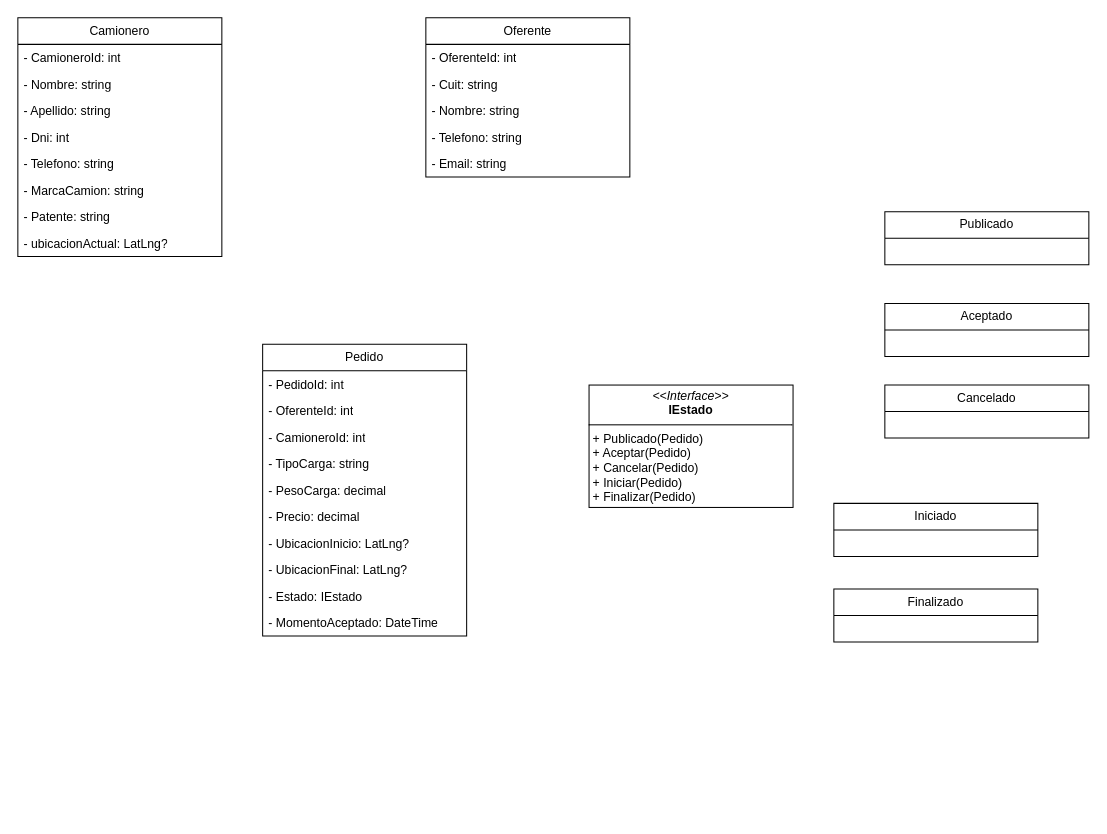
Above: CargaGO.drawio in Francisco-Galea/Diagramas-y-Otros (draw.io), before the change. Source tidied: cells renumbered, new cells numbered last; positions are measured from the earlier drawing's top-left corner, leaving out a move shared by most shapes. Both pictures are drawn from the tidied source at 102%, with x=0, y=0 at pixel (17, 17).
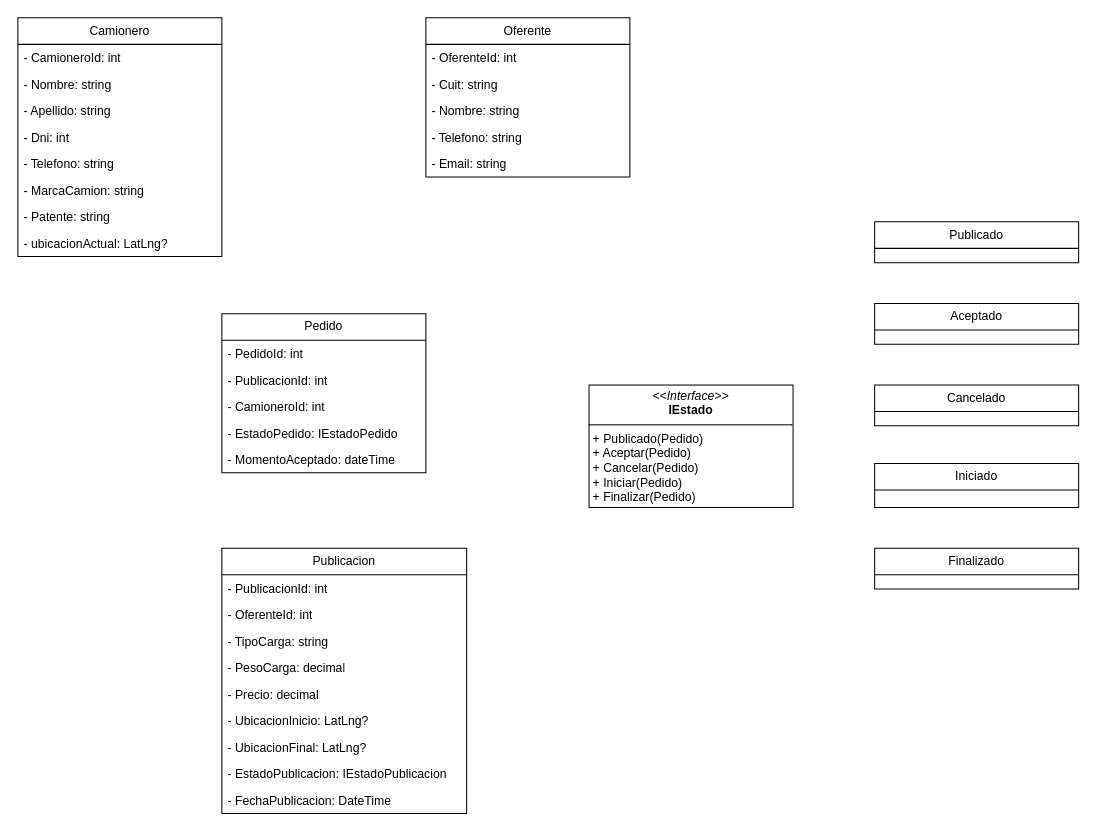
The same page after the edit.

Diff of the diagram source:
```diff
@@
-    <mxCell id="17" value="Pedido" style="swimlane;fontStyle=0;horizontal=1;startSize=26;fillColor=none;whiteSpace=wrap;html=1;" parent="1" vertex="1">
-      <mxGeometry x="240" y="320" width="200" height="286" as="geometry" />
+    <mxCell id="17" value="Publicacion" style="swimlane;fontStyle=0;horizontal=1;startSize=26;fillColor=none;whiteSpace=wrap;html=1;" parent="1" vertex="1">
+      <mxGeometry x="200" y="520" width="240" height="260" as="geometry" />
     </mxCell>
-    <mxCell id="18" value="- PedidoId: int" style="text;strokeColor=none;fillColor=none;align=left;verticalAlign=top;spacingLeft=4;spacingRight=4;overflow=hidden;whiteSpace=wrap;html=1;" parent="17" vertex="1">
-      <mxGeometry y="26" width="200" height="26" as="geometry" />
+    <mxCell id="18" value="- PublicacionId: int" style="text;strokeColor=none;fillColor=none;align=left;verticalAlign=top;spacingLeft=4;spacingRight=4;overflow=hidden;whiteSpace=wrap;html=1;" parent="17" vertex="1">
+      <mxGeometry y="26" width="240" height="26" as="geometry" />
     </mxCell>
     <mxCell id="19" value="- OferenteId: int" style="text;strokeColor=none;fillColor=none;align=left;verticalAlign=top;spacingLeft=4;spacingRight=4;overflow=hidden;whiteSpace=wrap;html=1;" parent="17" vertex="1">
-      <mxGeometry y="52" width="200" height="26" as="geometry" />
+      <mxGeometry y="52" width="240" height="26" as="geometry" />
     </mxCell>
-    <mxCell id="20" value="- CamioneroId: int" style="text;strokeColor=none;fillColor=none;align=left;verticalAlign=top;spacingLeft=4;spacingRight=4;overflow=hidden;whiteSpace=wrap;html=1;" parent="17" vertex="1">
-      <mxGeometry y="78" width="200" height="26" as="geometry" />
-    </mxCell>
     <mxCell id="21" value="- TipoCarga: string" style="text;strokeColor=none;fillColor=none;align=left;verticalAlign=top;spacingLeft=4;spacingRight=4;overflow=hidden;whiteSpace=wrap;html=1;" parent="17" vertex="1">
-      <mxGeometry y="104" width="200" height="26" as="geometry" />
+      <mxGeometry y="78" width="240" height="26" as="geometry" />
     </mxCell>
     <mxCell id="22" value="- PesoCarga: decimal" style="text;strokeColor=none;fillColor=none;align=left;verticalAlign=top;spacingLeft=4;spacingRight=4;overflow=hidden;whiteSpace=wrap;html=1;" parent="17" vertex="1">
-      <mxGeometry y="130" width="200" height="26" as="geometry" />
+      <mxGeometry y="104" width="240" height="26" as="geometry" />
     </mxCell>
     <mxCell id="23" value="- Precio: decimal" style="text;strokeColor=none;fillColor=none;align=left;verticalAlign=top;spacingLeft=4;spacingRight=4;overflow=hidden;whiteSpace=wrap;html=1;" parent="17" vertex="1">
-      <mxGeometry y="156" width="200" height="26" as="geometry" />
+      <mxGeometry y="130" width="240" height="26" as="geometry" />
     </mxCell>
     <mxCell id="24" value="- UbicacionInicio: LatLng?" style="text;strokeColor=none;fillColor=none;align=left;verticalAlign=top;spacingLeft=4;spacingRight=4;overflow=hidden;whiteSpace=wrap;html=1;" parent="17" vertex="1">
-      <mxGeometry y="182" width="200" height="26" as="geometry" />
+      <mxGeometry y="156" width="240" height="26" as="geometry" />
     </mxCell>
     <mxCell id="25" value="- UbicacionFinal: LatLng?" style="text;strokeColor=none;fillColor=none;align=left;verticalAlign=top;spacingLeft=4;spacingRight=4;overflow=hidden;whiteSpace=wrap;html=1;" parent="17" vertex="1">
-      <mxGeometry y="208" width="200" height="26" as="geometry" />
+      <mxGeometry y="182" width="240" height="26" as="geometry" />
     </mxCell>
-    <mxCell id="26" value="- Estado: IEstado" style="text;strokeColor=none;fillColor=none;align=left;verticalAlign=top;spacingLeft=4;spacingRight=4;overflow=hidden;whiteSpace=wrap;html=1;" parent="17" vertex="1">
-      <mxGeometry y="234" width="200" height="26" as="geometry" />
+    <mxCell id="26" value="- EstadoPublicacion: IEstadoPublicacion" style="text;strokeColor=none;fillColor=none;align=left;verticalAlign=top;spacingLeft=4;spacingRight=4;overflow=hidden;whiteSpace=wrap;html=1;" parent="17" vertex="1">
+      <mxGeometry y="208" width="240" height="26" as="geometry" />
     </mxCell>
-    <mxCell id="27" value="- MomentoAceptado: DateTime" style="text;strokeColor=none;fillColor=none;align=left;verticalAlign=top;spacingLeft=4;spacingRight=4;overflow=hidden;whiteSpace=wrap;html=1;" parent="17" vertex="1">
-      <mxGeometry y="260" width="200" height="26" as="geometry" />
+    <mxCell id="27" value="- FechaPublicacion: DateTime" style="text;strokeColor=none;fillColor=none;align=left;verticalAlign=top;spacingLeft=4;spacingRight=4;overflow=hidden;whiteSpace=wrap;html=1;" parent="17" vertex="1">
+      <mxGeometry y="234" width="240" height="26" as="geometry" />
     </mxCell>
@@
     <mxCell id="29" value="Publicado" style="swimlane;fontStyle=0;horizontal=1;startSize=26;fillColor=none;whiteSpace=wrap;html=1;" parent="1" vertex="1">
-      <mxGeometry x="850" y="190" width="200" height="52" as="geometry" />
+      <mxGeometry x="840" y="200" width="200" height="40" as="geometry" />
     </mxCell>
     <mxCell id="30" value="Aceptado" style="swimlane;fontStyle=0;horizontal=1;startSize=26;fillColor=none;whiteSpace=wrap;html=1;" parent="1" vertex="1">
-      <mxGeometry x="850" y="280" width="200" height="52" as="geometry" />
+      <mxGeometry x="840" y="280" width="200" height="40" as="geometry" />
     </mxCell>
     <mxCell id="31" value="Cancelado" style="swimlane;fontStyle=0;horizontal=1;startSize=26;fillColor=none;whiteSpace=wrap;html=1;" parent="1" vertex="1">
-      <mxGeometry x="850" y="360" width="200" height="52" as="geometry" />
+      <mxGeometry x="840" y="360" width="200" height="40" as="geometry" />
     </mxCell>
     <mxCell id="32" value="Iniciado" style="swimlane;fontStyle=0;horizontal=1;startSize=26;fillColor=none;whiteSpace=wrap;html=1;" parent="1" vertex="1">
-      <mxGeometry x="800" y="476" width="200" height="52" as="geometry" />
+      <mxGeometry x="840" y="437" width="200" height="43" as="geometry" />
     </mxCell>
     <mxCell id="33" value="Finalizado" style="swimlane;fontStyle=0;horizontal=1;startSize=26;fillColor=none;whiteSpace=wrap;html=1;" parent="1" vertex="1">
-      <mxGeometry x="800" y="560" width="200" height="52" as="geometry" />
+      <mxGeometry x="840" y="520" width="200" height="40" as="geometry" />
     </mxCell>
+    <mxCell id="34" value="Pedido" style="swimlane;fontStyle=0;horizontal=1;startSize=26;fillColor=none;whiteSpace=wrap;html=1;" parent="1" vertex="1">
+      <mxGeometry x="200" y="290" width="200" height="156" as="geometry" />
+    </mxCell>
+    <mxCell id="35" value="- PedidoId: int" style="text;strokeColor=none;fillColor=none;align=left;verticalAlign=top;spacingLeft=4;spacingRight=4;overflow=hidden;whiteSpace=wrap;html=1;" parent="34" vertex="1">
+      <mxGeometry y="26" width="200" height="26" as="geometry" />
+    </mxCell>
+    <mxCell id="36" value="- PublicacionId: int" style="text;strokeColor=none;fillColor=none;align=left;verticalAlign=top;spacingLeft=4;spacingRight=4;overflow=hidden;whiteSpace=wrap;html=1;" parent="34" vertex="1">
+      <mxGeometry y="52" width="200" height="26" as="geometry" />
+    </mxCell>
+    <mxCell id="20" value="- CamioneroId: int" style="text;strokeColor=none;fillColor=none;align=left;verticalAlign=top;spacingLeft=4;spacingRight=4;overflow=hidden;whiteSpace=wrap;html=1;" parent="34" vertex="1">
+      <mxGeometry y="78" width="200" height="26" as="geometry" />
+    </mxCell>
+    <mxCell id="37" value="- EstadoPedido: IEstadoPedido" style="text;strokeColor=none;fillColor=none;align=left;verticalAlign=top;spacingLeft=4;spacingRight=4;overflow=hidden;whiteSpace=wrap;html=1;" parent="34" vertex="1">
+      <mxGeometry y="104" width="200" height="26" as="geometry" />
+    </mxCell>
+    <mxCell id="38" value="- MomentoAceptado: dateTime" style="text;strokeColor=none;fillColor=none;align=left;verticalAlign=top;spacingLeft=4;spacingRight=4;overflow=hidden;whiteSpace=wrap;html=1;" parent="34" vertex="1">
+      <mxGeometry y="130" width="200" height="26" as="geometry" />
+    </mxCell>
```
